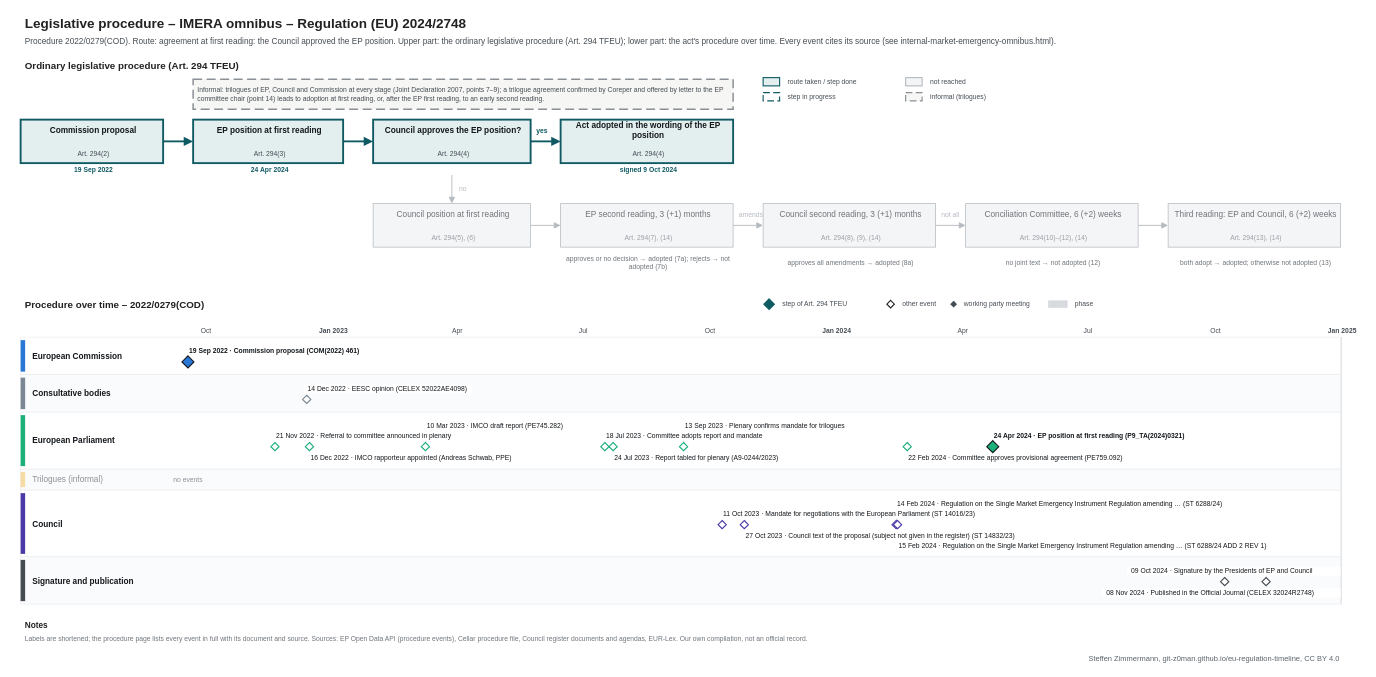
This is procedures/internal-market-emergency-omnibus.drawio from git-z0man/eu-regulation-timeline, a draw.io file, before an edit. Source tidied: cells renumbered, new cells numbered last; positions are measured from the earlier drawing's top-left corner, leaving out a move shared by most shapes. Both pictures are drawn from the tidied source at 75%, with x=0, y=0 at pixel (13, 13).
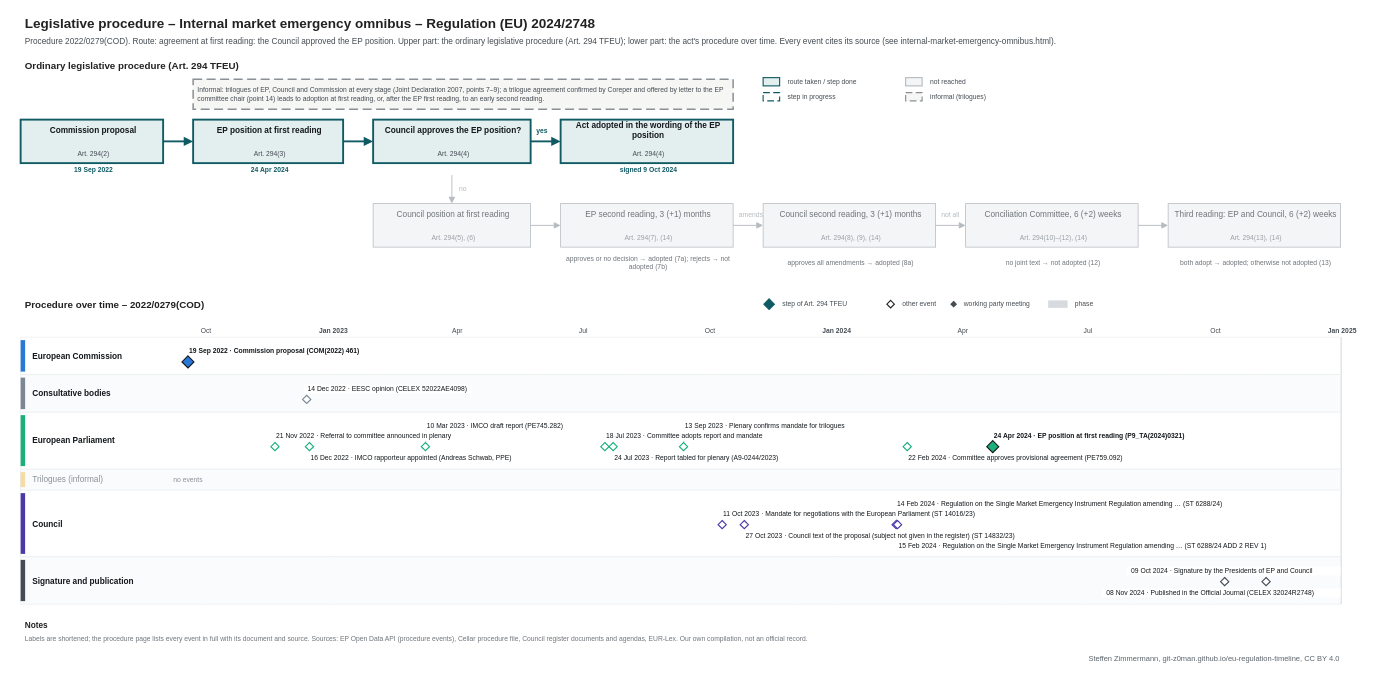
The same diagram, later.

What changed in the source:
```diff
@@
-    <mxCell id="2" value="Legislative procedure – IMERA omnibus – Regulation (EU) 2024/2748" style="text;html=1;fontSize=18;fontColor=#222222;align=left;verticalAlign=middle;spacingLeft=4;fontStyle=1;" parent="1" vertex="1">
+    <mxCell id="2" value="Legislative procedure – Internal market emergency omnibus – Regulation (EU) 2024/2748" style="text;html=1;fontSize=18;fontColor=#222222;align=left;verticalAlign=middle;spacingLeft=4;fontStyle=1;" parent="1" vertex="1">
       <mxGeometry x="10" width="1600" height="28" as="geometry" />
     </mxCell>
```
